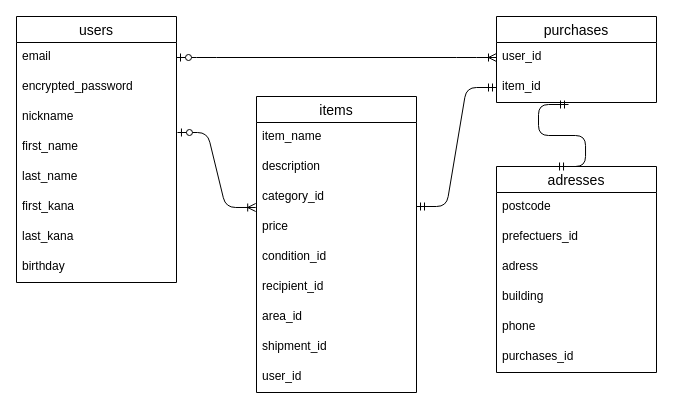
Above: ER.dio in datiko1115/baton_app5 (draw.io), before the change. Source tidied: cells renumbered, new cells numbered last; positions are measured from the earlier drawing's top-left corner, leaving out a move shared by most shapes. Both pictures are drawn from the tidied source at 100%, with x=0, y=0 at pixel (16, 16).
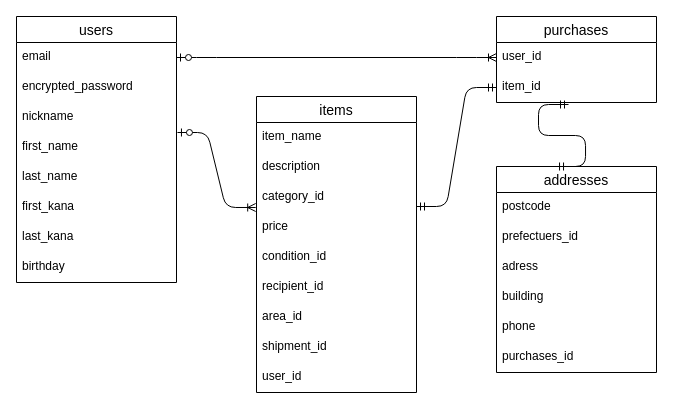
After the change.

The edit, as a diff of the source:
```diff
@@
-    <mxCell id="24" value="adresses" style="swimlane;fontStyle=0;horizontal=1;startSize=26;align=center;fontSize=14;rounded=0;" parent="1" vertex="1">
+    <mxCell id="24" value="addresses" style="swimlane;fontStyle=0;horizontal=1;startSize=26;align=center;fontSize=14;rounded=0;" parent="1" vertex="1">
       <mxGeometry x="480" y="150" width="160" height="206" as="geometry" />
     </mxCell>
```
